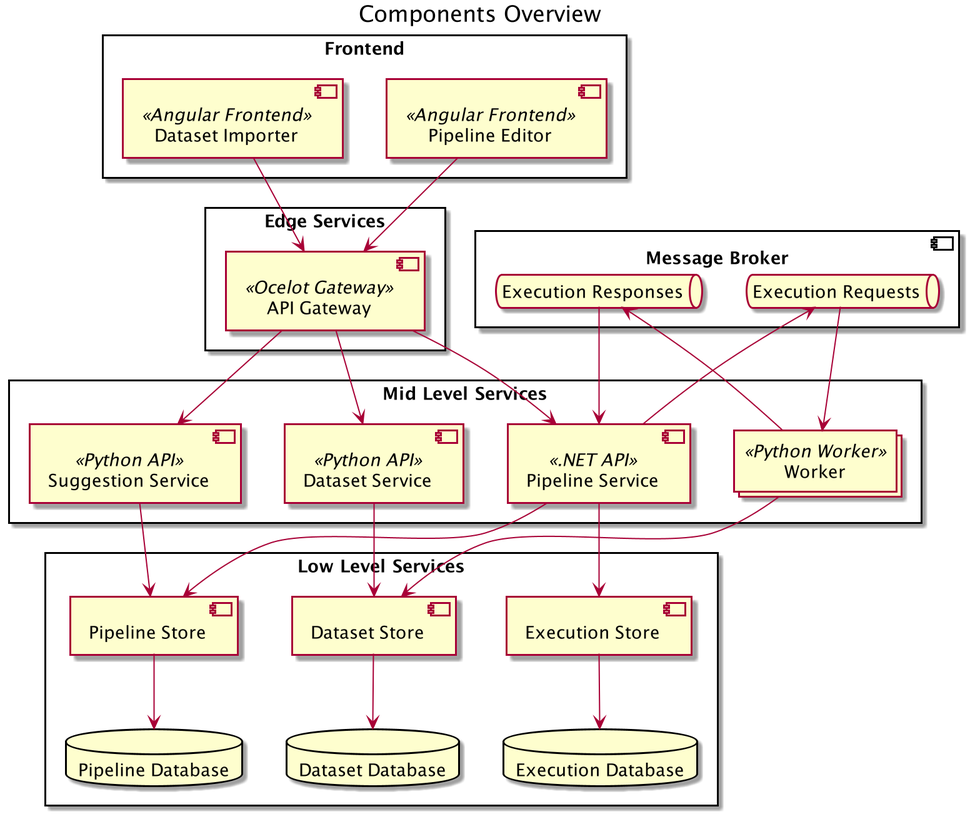
This is docs/architecture/overview.png from project-hanse/prototype-a, a PlantUML export, as it was before one commit.
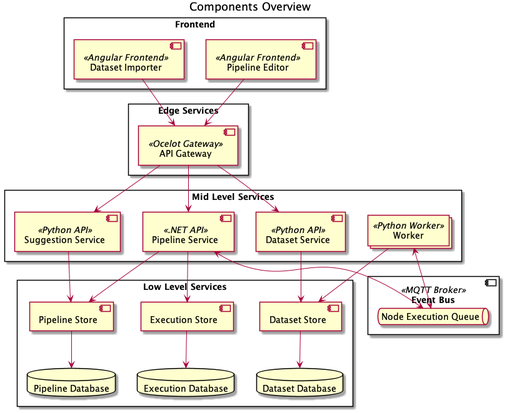
Above is the later version.

Commit message:
[PH-39] Using Event Bus instead of dedicated queues

What changed in the source:
```diff
@@ -10,11 +10,6 @@
 
 rectangle "Edge Services" {
     component "API Gateway" << Ocelot Gateway>> as api_gateway
-}
-
-component "Message Broker" as message_broker {
-    queue "Execution Requests" as execution_requests
-    queue "Execution Responses" as execution_responses
 }
 
 rectangle "Mid Level Services" {
@@ -35,6 +30,9 @@
     database "Dataset Database" as dataset_db
 }
 
+component "Event Bus" << MQTT Broker >> as message_broker {
+    queue "Node Execution Queue" as node_execution_queue
+}
 
 
 pipeline_editor --> api_gateway
@@ -48,10 +46,8 @@
 dataset_store --> dataset_db
 execution_store --> execution_db
 
-pipeline_service --> execution_requests
-execution_requests --> worker
-worker --> execution_responses
-execution_responses --> pipeline_service
+pipeline_service <--> node_execution_queue
+node_execution_queue <--> worker
 
 worker --> dataset_store
 suggestion_service --> pipeline_store
```
